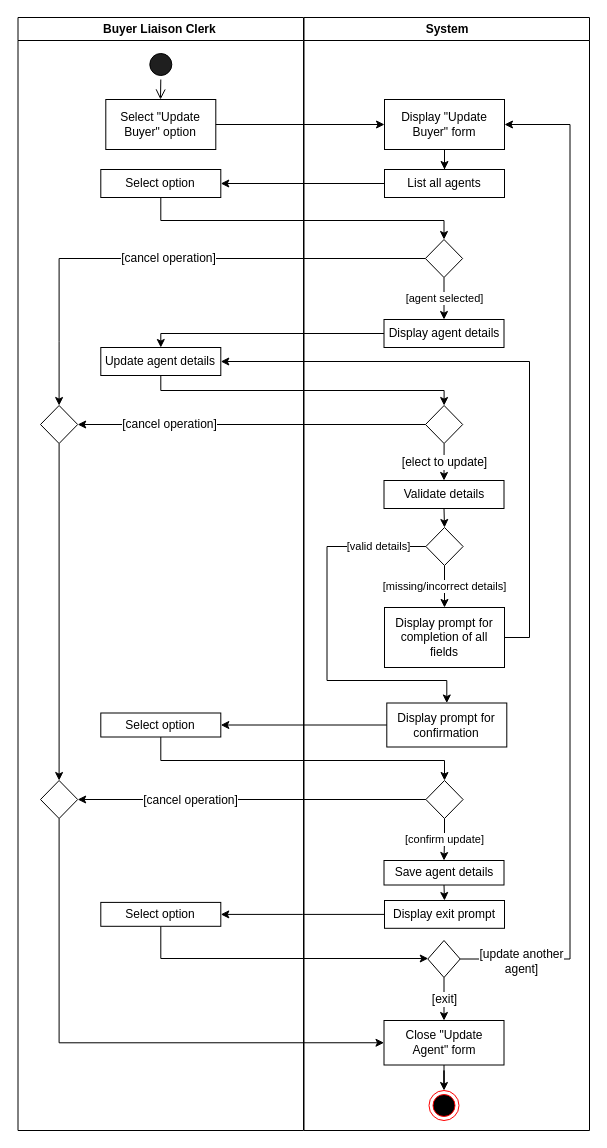
Earlier version of the draw.io diagram 10 Update Buyer.drawio (aliceypuff/5607_UML-diagrams). Source tidied: cells renumbered, new cells numbered last; positions are measured from the earlier drawing's top-left corner, leaving out a move shared by most shapes. Both pictures are drawn from the tidied source at 100%, with x=0, y=0 at pixel (17, 17).
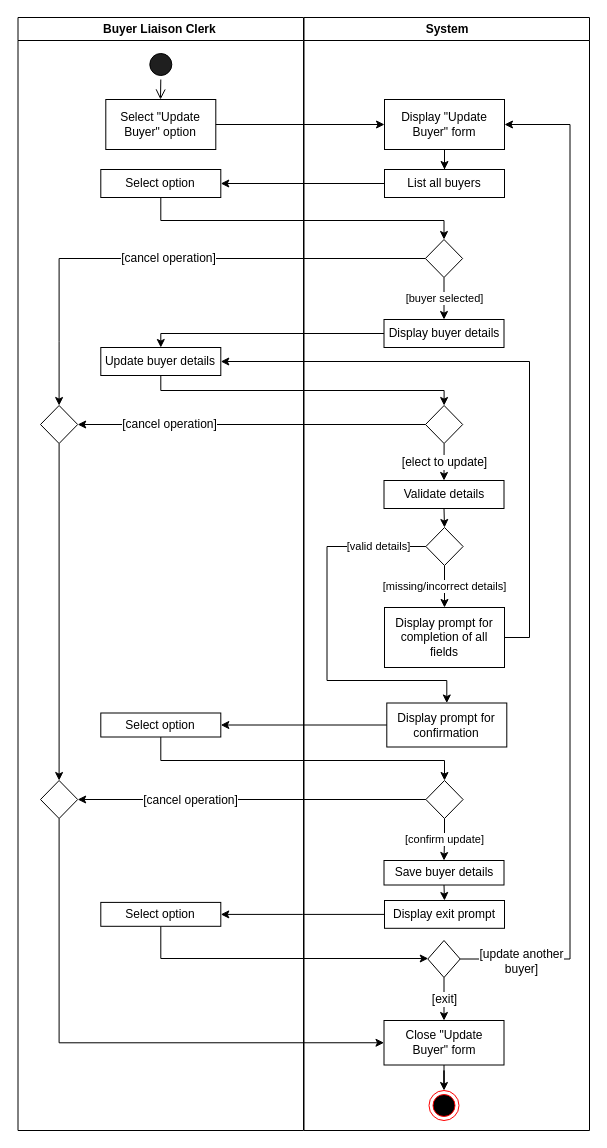
The same diagram, later.

The change refers to these unchanged cells:
```xml
<mxCell id="2" value="Buyer Liaison Clerk " style="swimlane;whiteSpace=wrap;rounded=0;" parent="1" vertex="1">
  <mxGeometry x="0.5" width="285.5" height="1113" as="geometry" />
</mxCell>
<mxCell id="12" value="System" style="swimlane;whiteSpace=wrap;rounded=0;" parent="1" vertex="1">
  <mxGeometry x="286.5" width="285.5" height="1113" as="geometry" />
</mxCell>
<mxCell id="14" value="Display &quot;Update Buyer&quot; form" style="whiteSpace=wrap;html=1;rounded=0;" parent="12" vertex="1">
  <mxGeometry x="80.5" y="82" width="120" height="50" as="geometry" />
</mxCell>
<mxCell id="17" style="rhombus;whiteSpace=wrap;html=1;rounded=0;" parent="12" vertex="1">
  <mxGeometry x="121.4" y="222" width="37.2" height="38" as="geometry" />
</mxCell>
<mxCell id="28" style="rhombus;whiteSpace=wrap;html=1;rounded=0;" parent="12" vertex="1">
  <mxGeometry x="123.8" y="923" width="32.4" height="37" as="geometry" />
</mxCell>
```

Diff of the diagram source:
```diff
@@
-    <mxCell id="7" value="Update agent details" style="whiteSpace=wrap;html=1;rounded=0;" parent="2" vertex="1">
+    <mxCell id="7" value="Update buyer details" style="whiteSpace=wrap;html=1;rounded=0;" parent="2" vertex="1">
       <mxGeometry x="82.8" y="330" width="120" height="28" as="geometry" />
     </mxCell>
@@
-    <mxCell id="15" value="List all agents" style="whiteSpace=wrap;html=1;rounded=0;" parent="12" vertex="1">
+    <mxCell id="15" value="List all buyers" style="whiteSpace=wrap;html=1;rounded=0;" parent="12" vertex="1">
       <mxGeometry x="80.5" y="152" width="120" height="28" as="geometry" />
     </mxCell>
-    <mxCell id="16" value="[agent selected]" style="edgeStyle=orthogonalEdgeStyle;rounded=0;jettySize=auto;html=1;" parent="12" edge="1" source="17" target="18">
+    <mxCell id="16" value="[buyer selected]" style="edgeStyle=orthogonalEdgeStyle;rounded=0;jettySize=auto;html=1;" parent="12" edge="1" source="17" target="18">
       <mxGeometry relative="1" as="geometry">
         <Array as="points">
           <mxPoint x="140" y="282" />
           <mxPoint x="140" y="282" />
         </Array>
       </mxGeometry>
     </mxCell>
@@
-    <mxCell id="18" value="Display agent details" style="whiteSpace=wrap;html=1;rounded=0;" parent="12" vertex="1">
+    <mxCell id="18" value="Display buyer details" style="whiteSpace=wrap;html=1;rounded=0;" parent="12" vertex="1">
       <mxGeometry x="80" y="302" width="120" height="28" as="geometry" />
     </mxCell>
@@
-    <mxCell id="34" value="Close &quot;Update &lt;br&gt;Agent&quot; form" style="whiteSpace=wrap;html=1;rounded=0;" parent="12" vertex="1">
+    <mxCell id="34" value="Close &quot;Update &lt;br&gt;Buyer&quot; form" style="whiteSpace=wrap;html=1;rounded=0;" parent="12" vertex="1">
       <mxGeometry x="80" y="1003" width="120" height="44.5" as="geometry" />
     </mxCell>
@@
-    <mxCell id="37" value="Save agent details" style="whiteSpace=wrap;html=1;rounded=0;" parent="12" vertex="1">
+    <mxCell id="37" value="Save buyer details" style="whiteSpace=wrap;html=1;rounded=0;" parent="12" vertex="1">
       <mxGeometry x="80" y="843" width="120" height="24.5" as="geometry" />
     </mxCell>
@@
-    <mxCell id="41" value="[update another &lt;br&gt;agent]" style="edgeStyle=orthogonalEdgeStyle;rounded=0;jettySize=auto;html=1;exitX=1;exitY=0.5;exitDx=0;exitDy=0;fontFamily=Helvetica;fontSize=12;fontColor=default;entryX=1;entryY=0.5;entryDx=0;entryDy=0;" parent="12" edge="1" source="28" target="14">
+    <mxCell id="41" value="[update another &lt;br&gt;buyer]" style="edgeStyle=orthogonalEdgeStyle;rounded=0;jettySize=auto;html=1;exitX=1;exitY=0.5;exitDx=0;exitDy=0;fontFamily=Helvetica;fontSize=12;fontColor=default;entryX=1;entryY=0.5;entryDx=0;entryDy=0;" parent="12" edge="1" source="28" target="14">
       <mxGeometry x="-0.88" y="-1" relative="1" as="geometry">
         <Array as="points">
           <mxPoint x="266" y="942" />
           <mxPoint x="266" y="107" />
         </Array>
         <mxPoint y="1" as="offset" />
       </mxGeometry>
     </mxCell>
```
